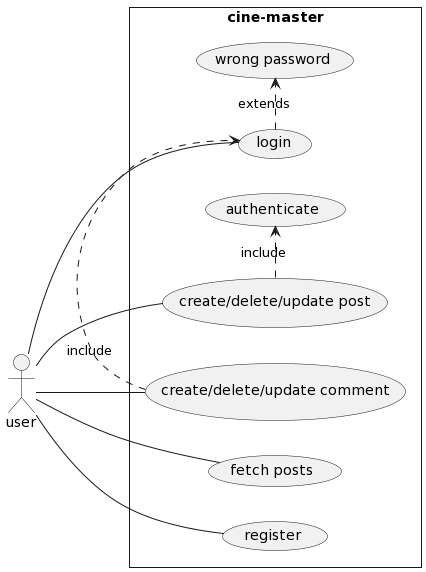
The PlantUML diagram conception/use-case.png in hirotachi/cine-master, before a commit. Its diagram source:
```plantuml
@startuml
left to right direction
skinparam packageStyle rectangle
actor user
rectangle cine-master{
  user -- (fetch posts)
  user -- (create/delete/update post)
  user -- (create/delete/update comment)
  user -- (login)
  user -- (register)
  (login) .> (wrong password): extends
  (create/delete/update post) .> (authenticate): include
  (create/delete/update comment) .> (login): include
}
@enduml
```
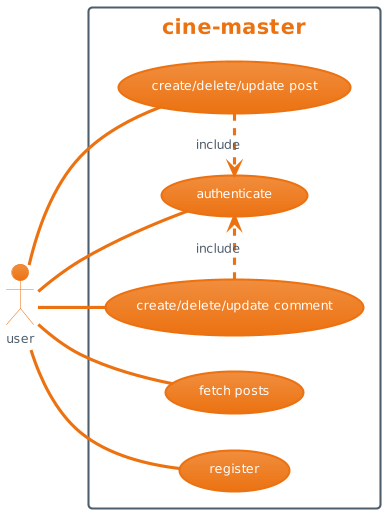
After the change.

What changed in the source:
```diff
@@ -1,4 +1,5 @@
 @startuml
+!theme aws-orange
 left to right direction
 skinparam packageStyle rectangle
 actor user
@@ -6,10 +7,9 @@
   user -- (fetch posts)
   user -- (create/delete/update post)
   user -- (create/delete/update comment)
-  user -- (login)
+  user -- (authenticate)
   user -- (register)
-  (login) .> (wrong password): extends
   (create/delete/update post) .> (authenticate): include
-  (create/delete/update comment) .> (login): include
+  (create/delete/update comment) .> (authenticate): include
 }
 @enduml
```
